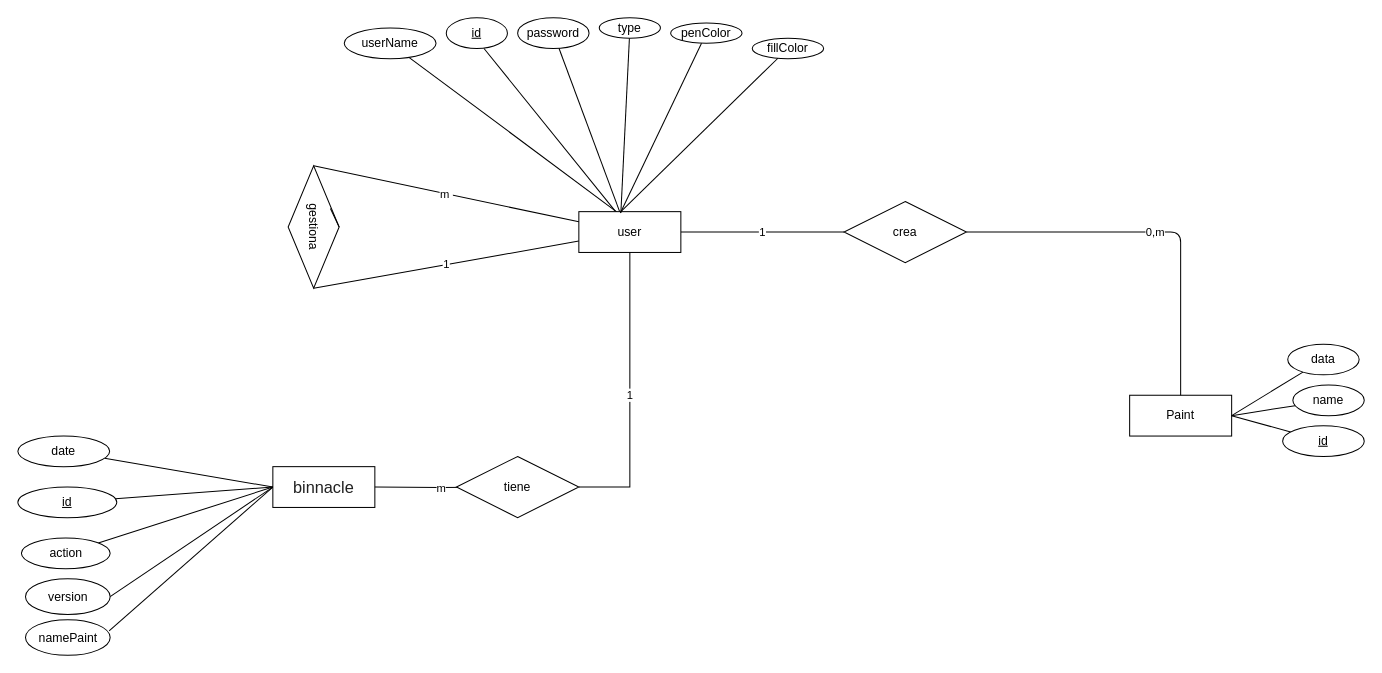
Before: ERDBA.drawio in agchavez/BDProyecto, a draw.io diagram. Source tidied: cells renumbered, new cells numbered last; positions are measured from the earlier drawing's top-left corner, leaving out a move shared by most shapes. Both pictures are drawn from the tidied source at 102%, with x=0, y=0 at pixel (17, 17).
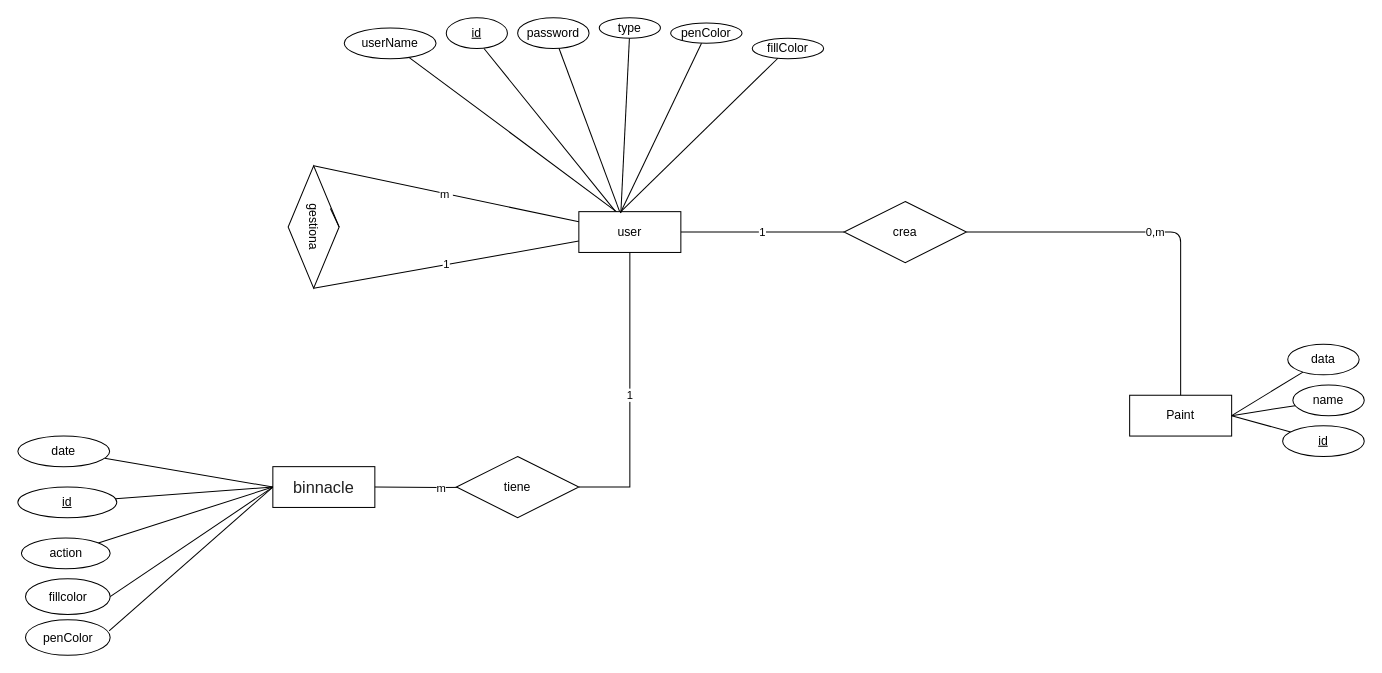
The same diagram, later.

The edit, as a diff of the source:
```diff
@@
-    <mxCell id="40" value="version" style="ellipse;whiteSpace=wrap;html=1;align=center;" parent="1" vertex="1">
+    <mxCell id="40" value="fillcolor" style="ellipse;whiteSpace=wrap;html=1;align=center;" parent="1" vertex="1">
       <mxGeometry x="7.5" y="550" width="83" height="35" as="geometry" />
     </mxCell>
@@
-    <mxCell id="42" value="namePaint" style="ellipse;whiteSpace=wrap;html=1;align=center;" parent="1" vertex="1">
+    <mxCell id="42" value="penColor" style="ellipse;whiteSpace=wrap;html=1;align=center;" parent="1" vertex="1">
       <mxGeometry x="7.5" y="590" width="83" height="35" as="geometry" />
     </mxCell>
```
